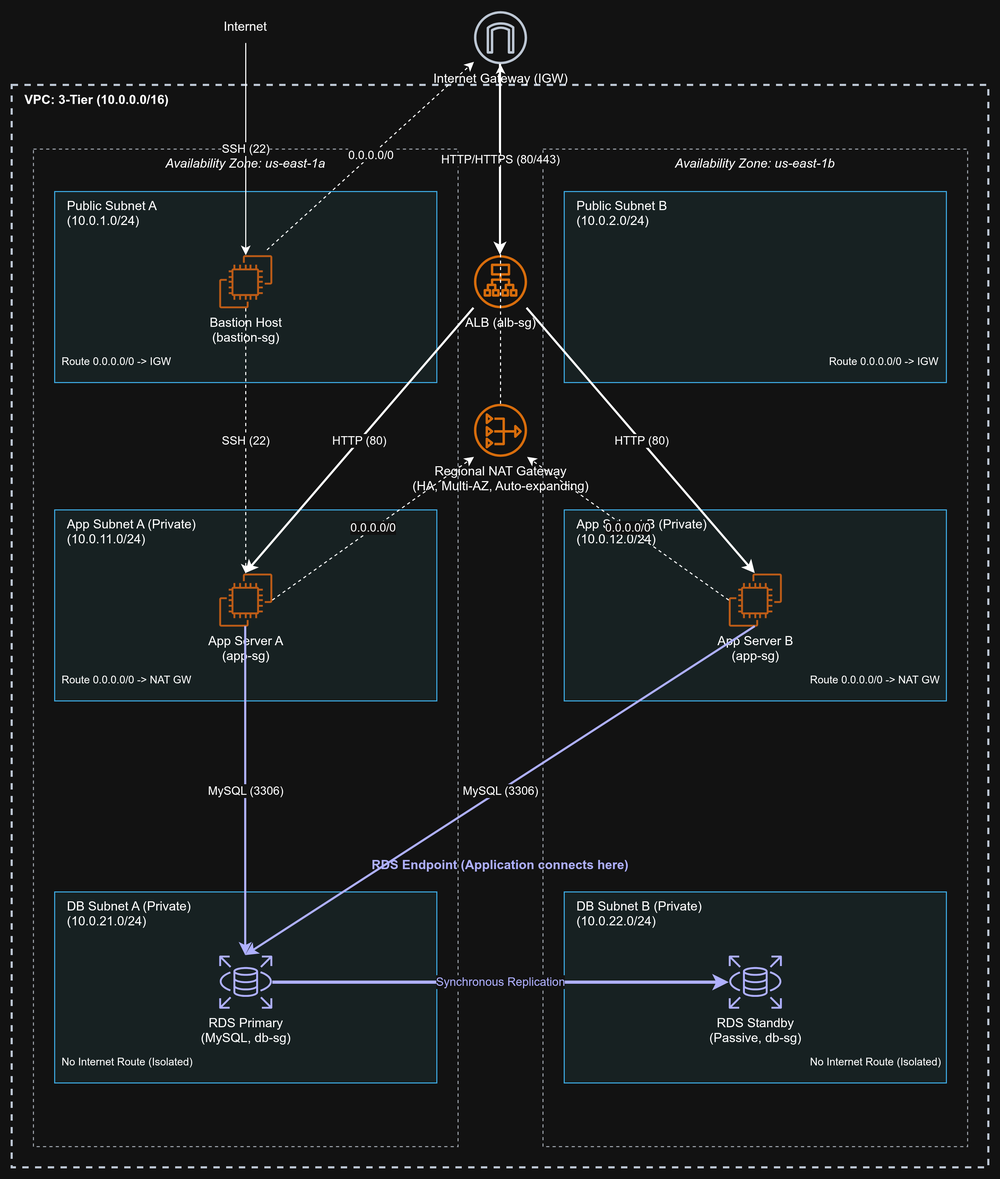
Before: architecture/3-Tier-Architecture.png, a diagram exported from draw.io (hamz-zzz/aws_vpc_3-tier). Source tidied: cells renumbered, new cells last; positions are measured from the earlier drawing's top-left corner, leaving out a move shared by most shapes.
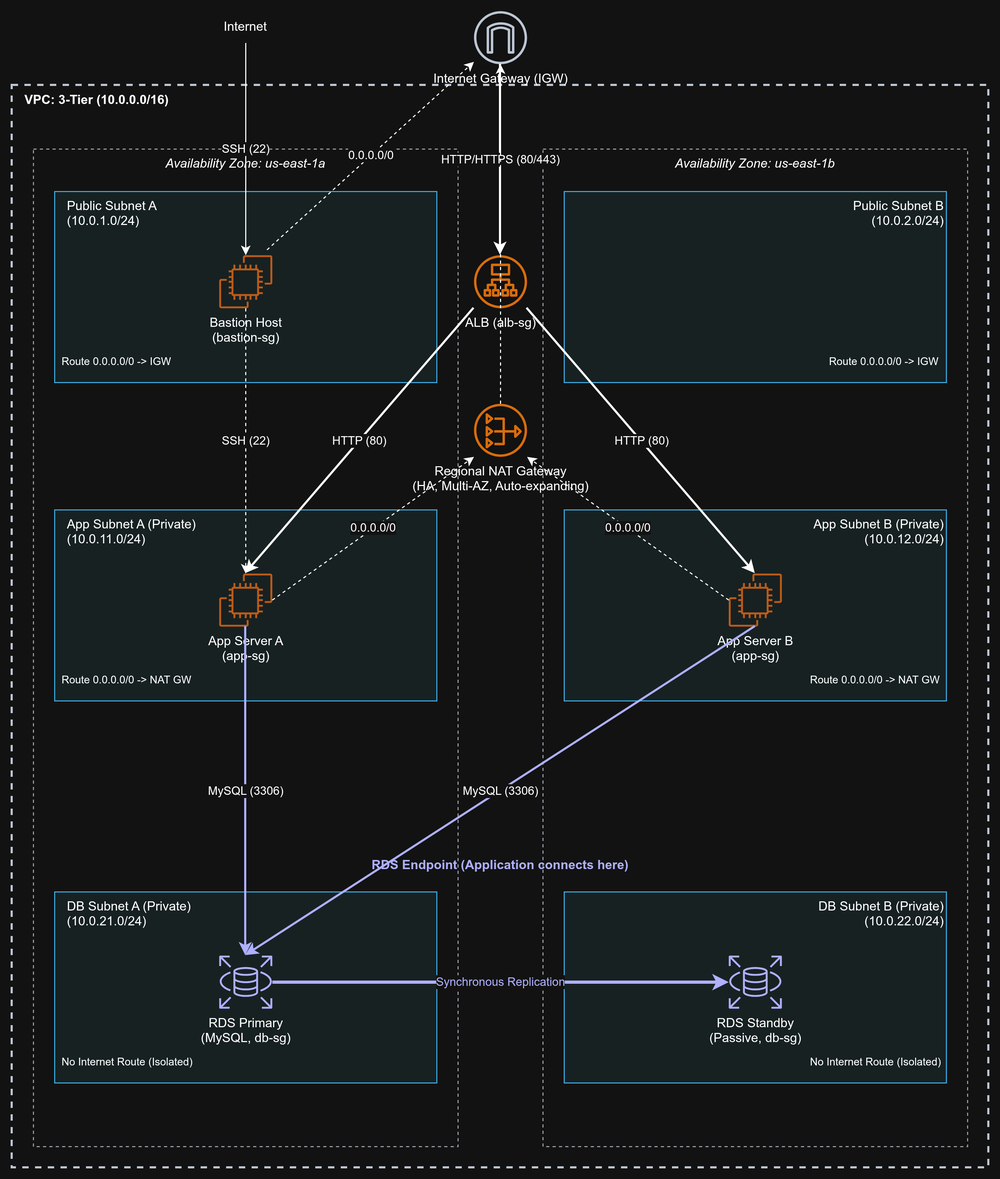
The same diagram one commit later.

The edit, as a diff of the source:
```diff
@@ -17,19 +17,19 @@
     <mxCell id="6" value="Public Subnet A&#10;(10.0.1.0/24)" style="rounded=0;whiteSpace=wrap;html=1;fillColor=#E6F2F3;strokeColor=#007DBC;verticalAlign=top;align=left;spacingLeft=10;" parent="1" vertex="1">
       <mxGeometry x="40" y="170" width="360" height="180" as="geometry" />
     </mxCell>
-    <mxCell id="7" value="Public Subnet B&#10;(10.0.2.0/24)" style="rounded=0;whiteSpace=wrap;html=1;fillColor=#E6F2F3;strokeColor=#007DBC;verticalAlign=top;align=left;spacingLeft=10;" parent="1" vertex="1">
+    <mxCell id="7" value="Public Subnet B&lt;br&gt;(10.0.2.0/24)" style="rounded=0;whiteSpace=wrap;html=1;fillColor=#E6F2F3;strokeColor=#007DBC;verticalAlign=top;align=right;spacingLeft=10;" parent="1" vertex="1">
       <mxGeometry x="520" y="170" width="360" height="180" as="geometry" />
     </mxCell>
     <mxCell id="8" value="App Subnet A (Private)&#10;(10.0.11.0/24)" style="rounded=0;whiteSpace=wrap;html=1;fillColor=#E6F2F3;strokeColor=#007DBC;verticalAlign=top;align=left;spacingLeft=10;" parent="1" vertex="1">
       <mxGeometry x="40" y="470" width="360" height="180" as="geometry" />
     </mxCell>
-    <mxCell id="9" value="App Subnet B (Private)&#10;(10.0.12.0/24)" style="rounded=0;whiteSpace=wrap;html=1;fillColor=#E6F2F3;strokeColor=#007DBC;verticalAlign=top;align=left;spacingLeft=10;" parent="1" vertex="1">
+    <mxCell id="9" value="App Subnet B (Private)&lt;br&gt;(10.0.12.0/24)" style="rounded=0;whiteSpace=wrap;html=1;fillColor=#E6F2F3;strokeColor=#007DBC;verticalAlign=top;align=right;spacingLeft=10;" parent="1" vertex="1">
       <mxGeometry x="520" y="470" width="360" height="180" as="geometry" />
     </mxCell>
     <mxCell id="10" value="DB Subnet A (Private)&#10;(10.0.21.0/24)" style="rounded=0;whiteSpace=wrap;html=1;fillColor=#E6F2F3;strokeColor=#007DBC;verticalAlign=top;align=left;spacingLeft=10;" parent="1" vertex="1">
       <mxGeometry x="40" y="830" width="360" height="180" as="geometry" />
     </mxCell>
-    <mxCell id="11" value="DB Subnet B (Private)&#10;(10.0.22.0/24)" style="rounded=0;whiteSpace=wrap;html=1;fillColor=#E6F2F3;strokeColor=#007DBC;verticalAlign=top;align=left;spacingLeft=10;" parent="1" vertex="1">
+    <mxCell id="11" value="DB Subnet B (Private)&lt;br&gt;(10.0.22.0/24)" style="rounded=0;whiteSpace=wrap;html=1;fillColor=#E6F2F3;strokeColor=#007DBC;verticalAlign=top;align=right;spacingLeft=10;" parent="1" vertex="1">
       <mxGeometry x="520" y="830" width="360" height="180" as="geometry" />
     </mxCell>
     <mxCell id="12" value="Regional NAT Gateway&#10;(HA, Multi-AZ, Auto-expanding)" style="outlineConnect=0;dashed=0;verticalLabelPosition=bottom;verticalAlign=top;align=center;html=1;shape=mxgraph.aws4.nat_gateway;fillColor=#ED7100;strokeColor=none;" parent="1" vertex="1">
```
